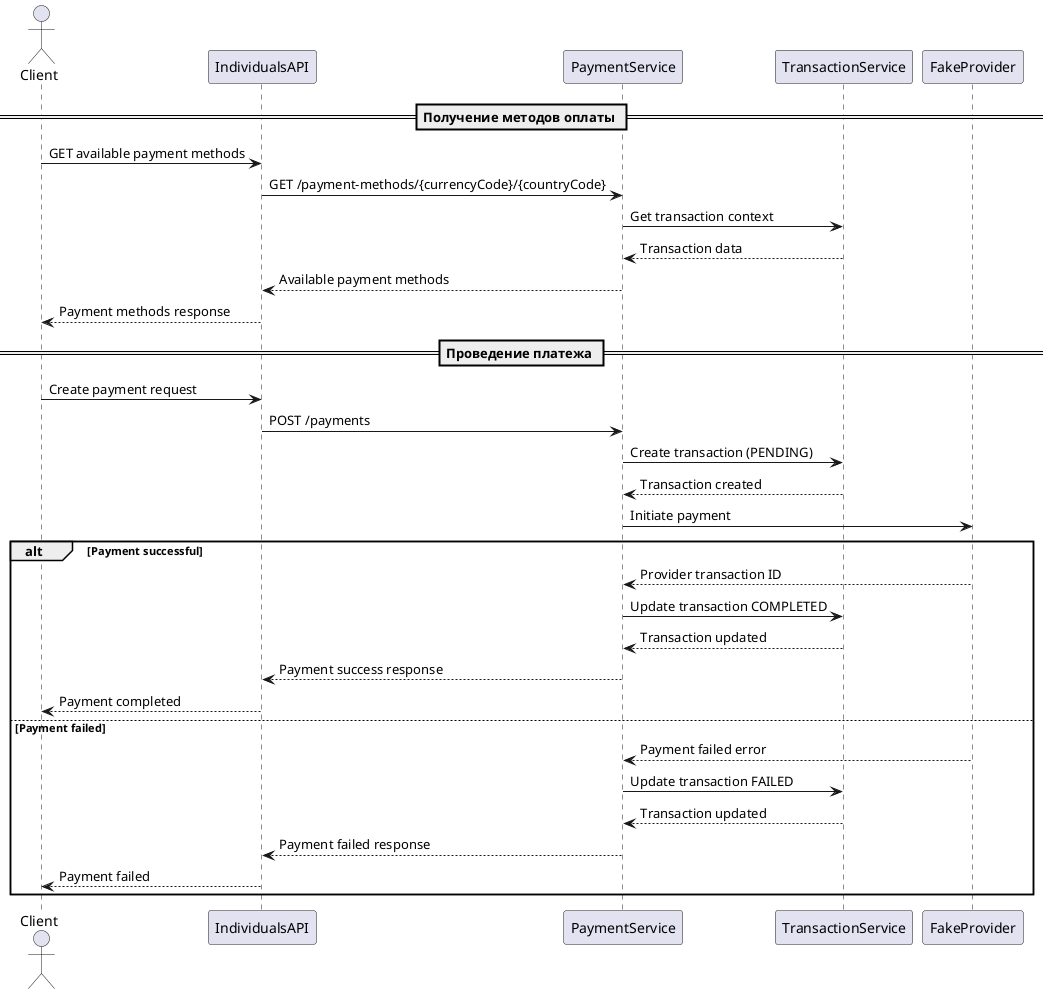
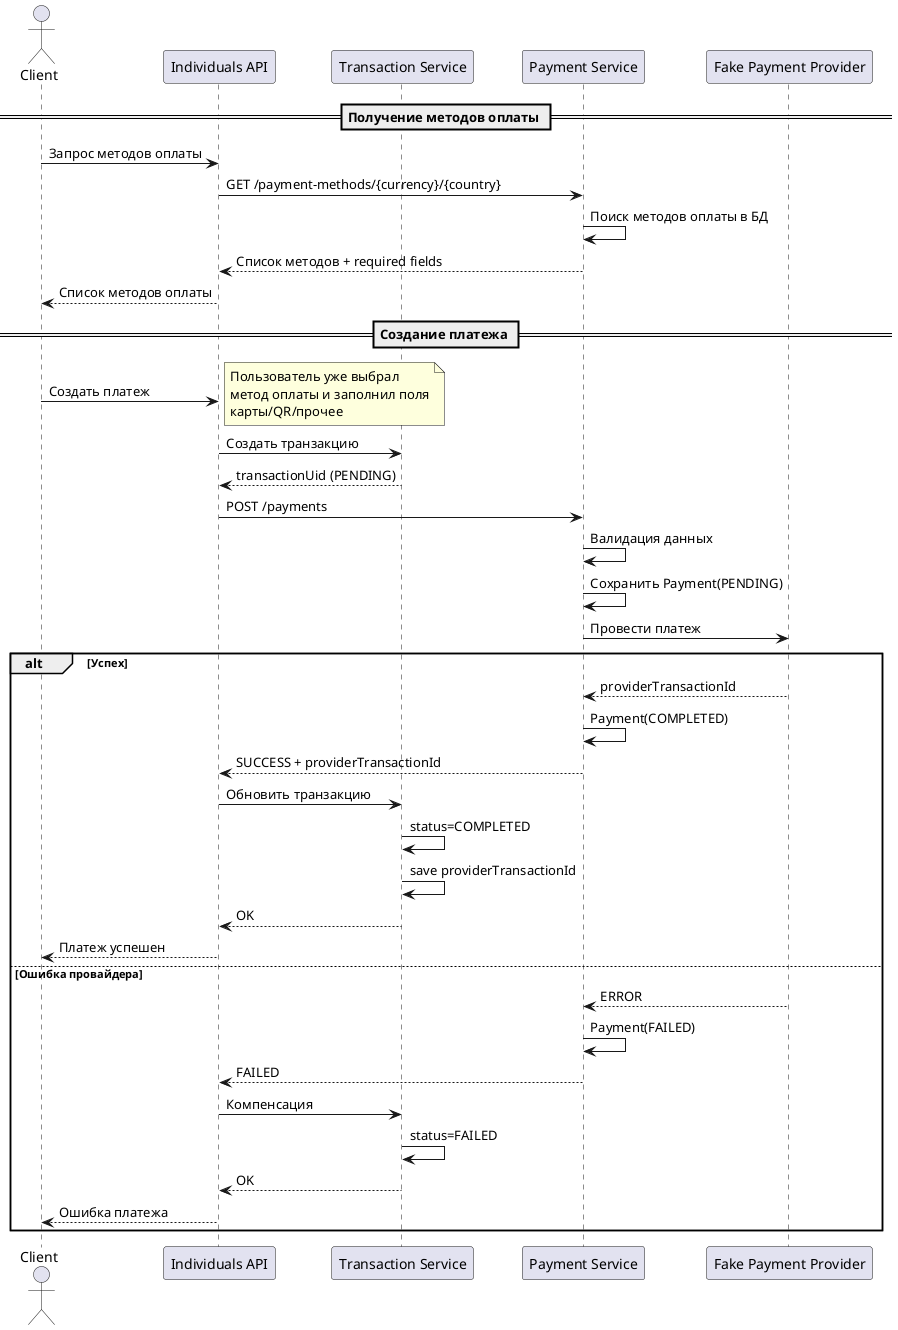
@startuml

actor Client
- participant IndividualsAPI
- participant PaymentService
- participant TransactionService
- participant FakeProvider
+ 
+ participant "Individuals API" as IA
+ participant "Transaction Service" as TS
+ participant "Payment Service" as PS
+ participant "Fake Payment Provider" as FP

== Получение методов оплаты ==

- Client -> IndividualsAPI: GET available payment methods
- IndividualsAPI -> PaymentService: GET /payment-methods/{currencyCode}/{countryCode}
+ Client -> IA : Запрос методов оплаты

- PaymentService -> TransactionService: Get transaction context
- TransactionService --> PaymentService: Transaction data
+ IA -> PS : GET /payment-methods/{currency}/{country}

- PaymentService --> IndividualsAPI: Available payment methods
- IndividualsAPI --> Client: Payment methods response
+ PS -> PS : Поиск методов оплаты в БД

- == Проведение платежа ==
+ PS --> IA : Список методов + required fields

- Client -> IndividualsAPI: Create payment request
- IndividualsAPI -> PaymentService: POST /payments
+ IA --> Client : Список методов оплаты

- PaymentService -> TransactionService: Create transaction (PENDING)
- TransactionService --> PaymentService: Transaction created
+ == Создание платежа ==

- PaymentService -> FakeProvider: Initiate payment
+ Client -> IA : Создать платеж

- alt Payment successful
+ note right
+ Пользователь уже выбрал
+ метод оплаты и заполнил поля
+ карты/QR/прочее
+ end note

+ IA -> TS : Создать транзакцию

- FakeProvider --> PaymentService: Provider transaction ID
+ TS --> IA : transactionUid (PENDING)

- PaymentService -> TransactionService: Update transaction COMPLETED
- TransactionService --> PaymentService: Transaction updated
+ IA -> PS : POST /payments

- PaymentService --> IndividualsAPI: Payment success response
- IndividualsAPI --> Client: Payment completed
+ PS -> PS : Валидация данных

+ PS -> PS : Сохранить Payment(PENDING)

- else Payment failed
- FakeProvider --> PaymentService: Payment failed error
+ PS -> FP : Провести платеж

- PaymentService -> TransactionService: Update transaction FAILED
- TransactionService --> PaymentService: Transaction updated
+ alt Успех

- PaymentService --> IndividualsAPI: Payment failed response
- IndividualsAPI --> Client: Payment failed
+ FP --> PS : providerTransactionId

+ PS -> PS : Payment(COMPLETED)
+ 
+ PS --> IA : SUCCESS + providerTransactionId
+ 
+ IA -> TS : Обновить транзакцию
+ 
+ TS -> TS : status=COMPLETED
+ 
+ TS -> TS : save providerTransactionId
+ 
+ TS --> IA : OK
+ 
+ IA --> Client : Платеж успешен
+ 
+ else Ошибка провайдера
+ 
+ FP --> PS : ERROR
+ 
+ PS -> PS : Payment(FAILED)
+ 
+ PS --> IA : FAILED
+ 
+ IA -> TS : Компенсация
+ 
+ TS -> TS : status=FAILED
+ 
+ TS --> IA : OK
+ 
+ IA --> Client : Ошибка платежа

end

- @enduml
+ @enduml